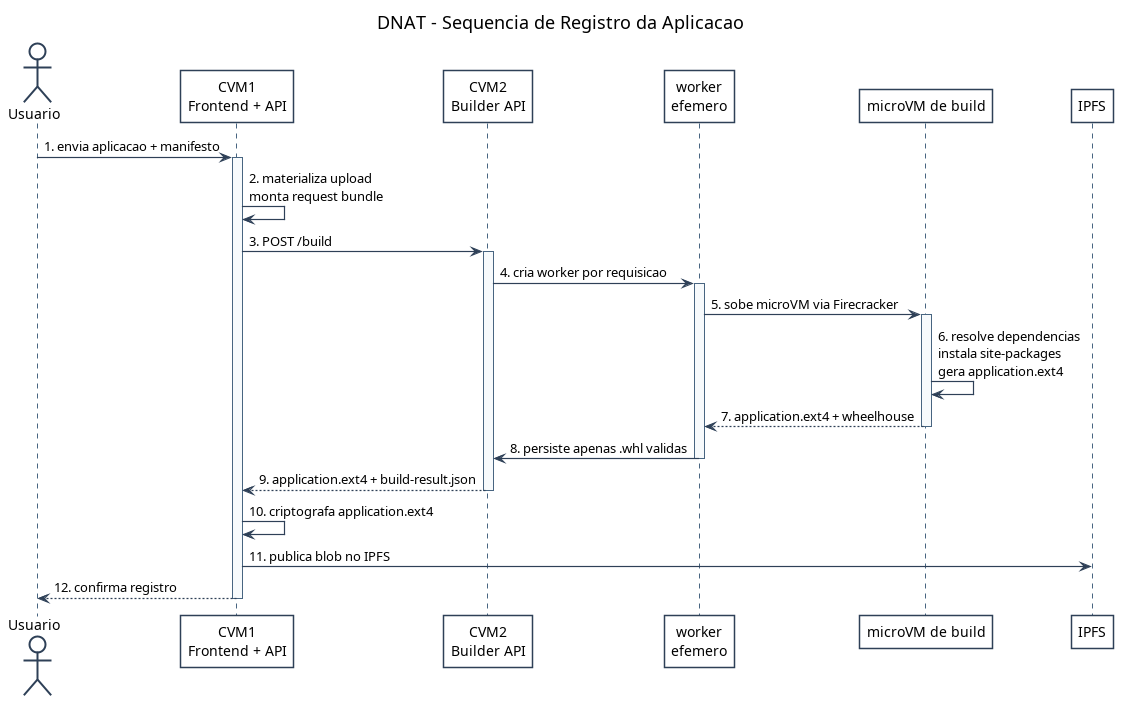
lesorty/dnat-identity-validator keeps this PlantUML diagram as docs/diagrams/application-registration-sequence.png. Above is the earlier version. Its source is kept beside it as docs/diagrams/application-registration-sequence.puml.
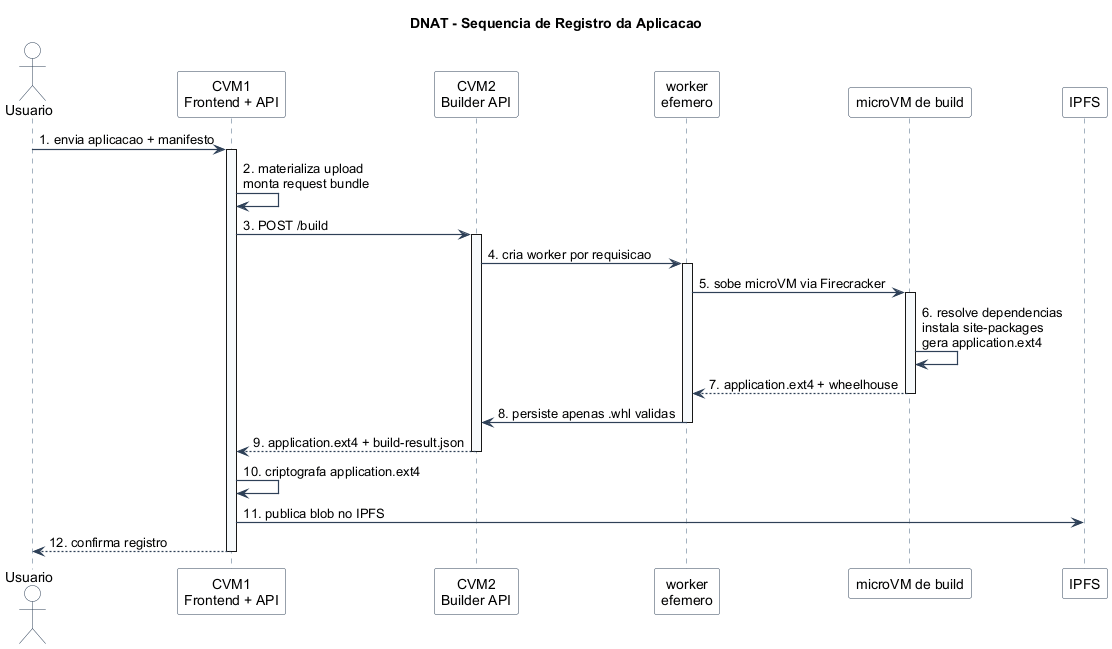
After the commit.

The edit, as a diff of the source:
```diff
@@ -1,5 +1,5 @@
 @startuml
-title DNAT - Sequencia de Registro da Aplicacao
+title DNAT - Application Registration Sequence
 
 skinparam backgroundColor white
 skinparam shadowing false
@@ -15,32 +15,32 @@
   ActorBackgroundColor #FFFFFF
 }
 
-actor Usuario as U
+actor User as U
 participant "CVM1\nFrontend + API" as C1
 participant "CVM2\nBuilder API" as C2
-participant "worker\nefemero" as W
-participant "microVM de build" as B
+participant "ephemeral\nworker" as W
+participant "build microVM" as B
 participant "IPFS" as I
 
-U -> C1 : 1. envia aplicacao + manifesto
+U -> C1 : 1. submit application + manifest
 activate C1
-C1 -> C1 : 2. materializa upload\nmonta request bundle
+C1 -> C1 : 2. materialize upload\nassemble request bundle
 C1 -> C2 : 3. POST /build
 activate C2
-C2 -> W : 4. cria worker por requisicao
+C2 -> W : 4. create worker per request
 activate W
-W -> B : 5. sobe microVM via Firecracker
+W -> B : 5. start microVM via Firecracker
 activate B
-B -> B : 6. resolve dependencias\ninstala site-packages\ngera application.ext4
+B -> B : 6. resolve dependencies\ninstall site-packages\ngenerate application.ext4
 B --> W : 7. application.ext4 + wheelhouse
 deactivate B
-W -> C2 : 8. persiste apenas .whl validas
+W -> C2 : 8. persist only valid .whl files
 deactivate W
 C2 --> C1 : 9. application.ext4 + build-result.json
 deactivate C2
-C1 -> C1 : 10. criptografa application.ext4
-C1 -> I : 11. publica blob no IPFS
-C1 --> U : 12. confirma registro
+C1 -> C1 : 10. encrypt application.ext4
+C1 -> I : 11. publish blob to IPFS
+C1 --> U : 12. confirm registration
 deactivate C1
 
 @enduml
```
